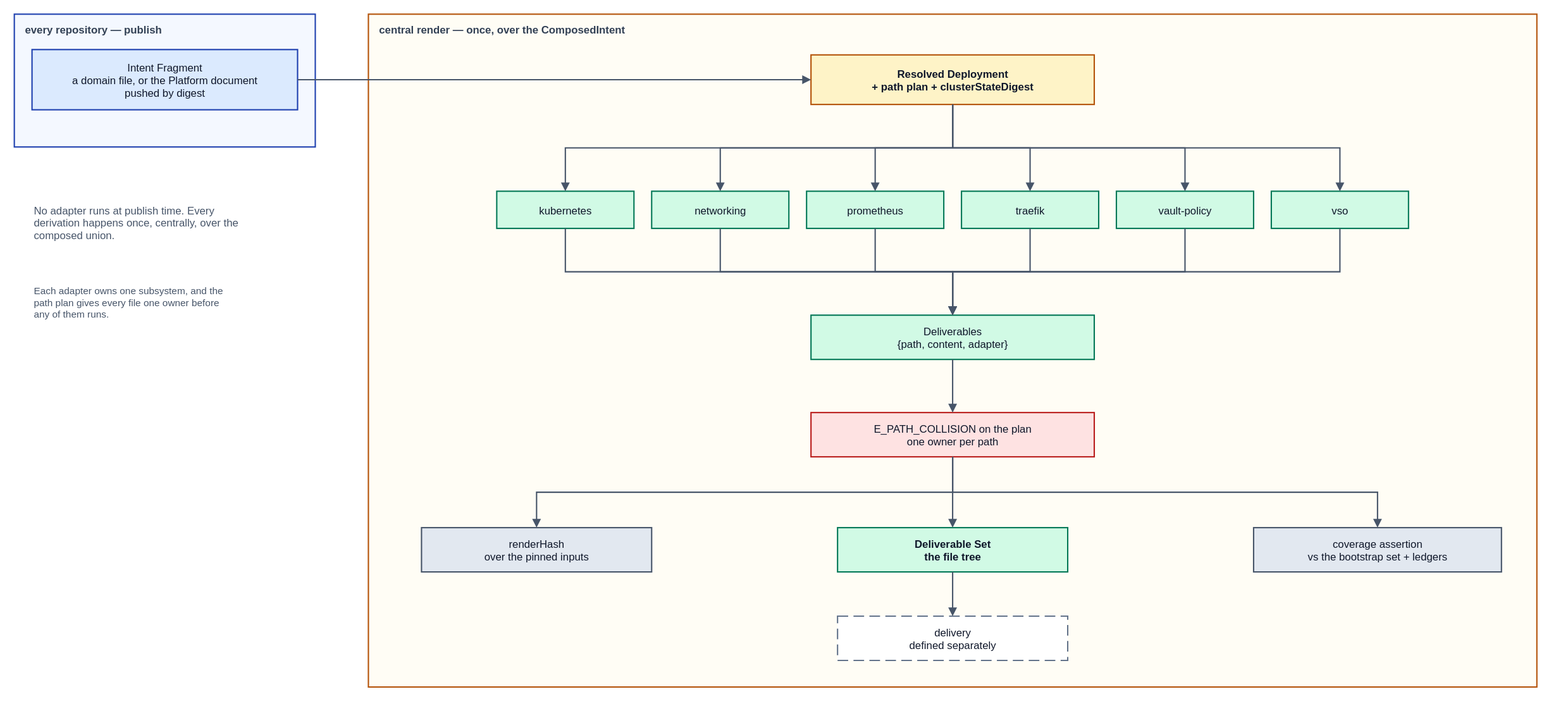
Earlier version of the draw.io export spec/v1/diagrams/30-render-pipeline.drawio.svg (JorisJonkers-dev/deploy-kit). Source tidied: cells renumbered, new cells last; positions are measured from the earlier drawing's top-left corner, leaving out a move shared by most shapes.
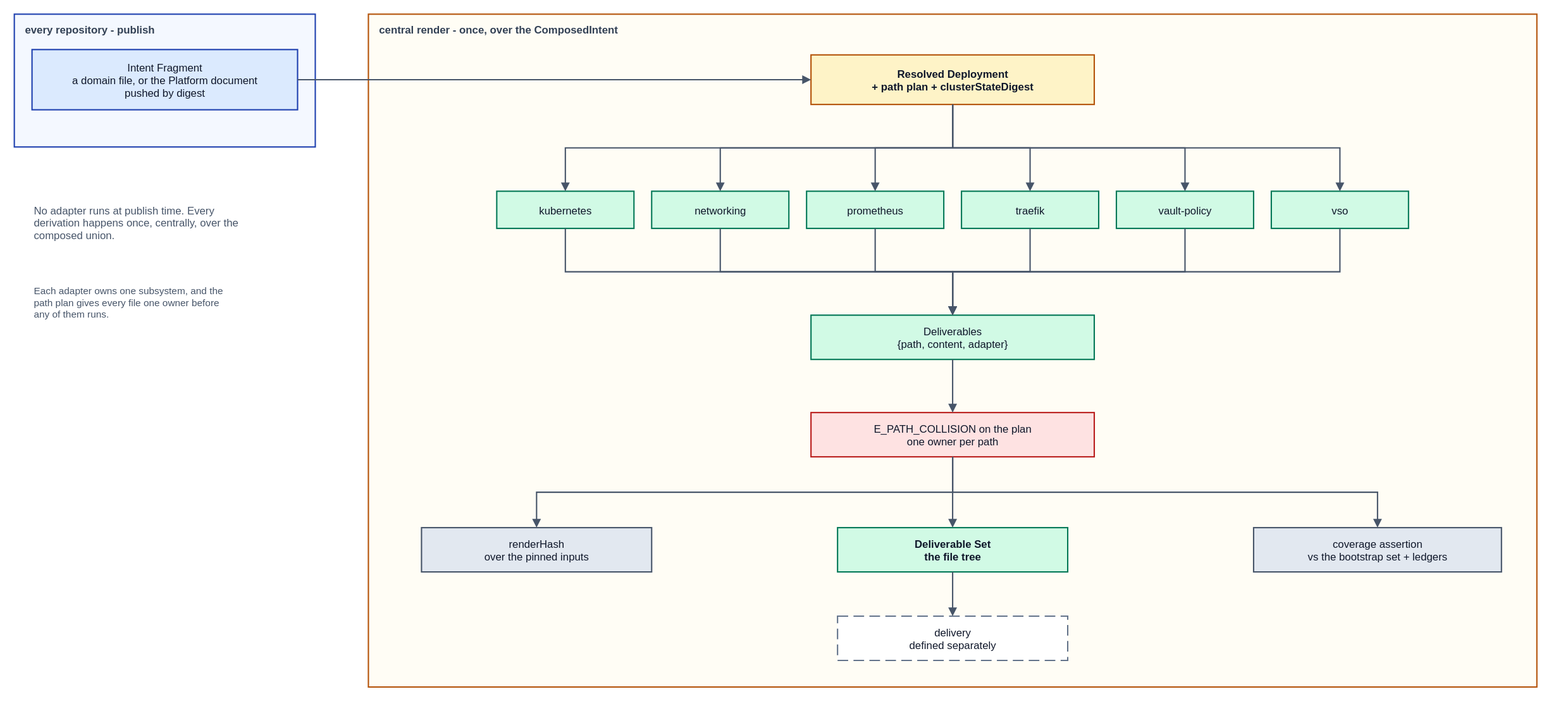
Later version of the same file.

Diff of the diagram source:
```diff
@@ -2,10 +2,10 @@
   <root>
     <mxCell id="0" />
     <mxCell id="1" parent="0" />
-    <mxCell id="2" value="every repository  —  publish" style="rounded=0;whiteSpace=nowrap;html=0;fillColor=#f4f8ff;strokeColor=#1e40af;strokeWidth=1.5;verticalAlign=top;align=left;spacingLeft=10;spacingTop=4;fontStyle=1;fontSize=12;fontFamily=Helvetica;fontColor=#334155;" parent="1" vertex="1">
+    <mxCell id="2" value="every repository - publish" style="rounded=0;whiteSpace=nowrap;html=0;fillColor=#f4f8ff;strokeColor=#1e40af;strokeWidth=1.5;verticalAlign=top;align=left;spacingLeft=10;spacingTop=4;fontStyle=1;fontSize=12;fontFamily=Helvetica;fontColor=#334155;" parent="1" vertex="1">
       <mxGeometry width="340" height="150" as="geometry" />
     </mxCell>
-    <mxCell id="3" value="central render  —  once, over the ComposedIntent" style="rounded=0;whiteSpace=nowrap;html=0;fillColor=#fffdf5;strokeColor=#b45309;strokeWidth=1.5;verticalAlign=top;align=left;spacingLeft=10;spacingTop=4;fontStyle=1;fontSize=12;fontFamily=Helvetica;fontColor=#334155;" parent="1" vertex="1">
+    <mxCell id="3" value="central render - once, over the ComposedIntent" style="rounded=0;whiteSpace=nowrap;html=0;fillColor=#fffdf5;strokeColor=#b45309;strokeWidth=1.5;verticalAlign=top;align=left;spacingLeft=10;spacingTop=4;fontStyle=1;fontSize=12;fontFamily=Helvetica;fontColor=#334155;" parent="1" vertex="1">
       <mxGeometry x="400" width="1320" height="760" as="geometry" />
     </mxCell>
     <mxCell id="4" value="Intent Fragment&#10;a domain file, or the Platform document&#10;pushed by digest" style="rounded=0;whiteSpace=nowrap;html=0;align=center;verticalAlign=middle;fillColor=#dbeafe;strokeColor=#1e40af;strokeWidth=1.5;fontFamily=Helvetica;fontSize=12;fontColor=#0f172a;" parent="1" vertex="1">
```
